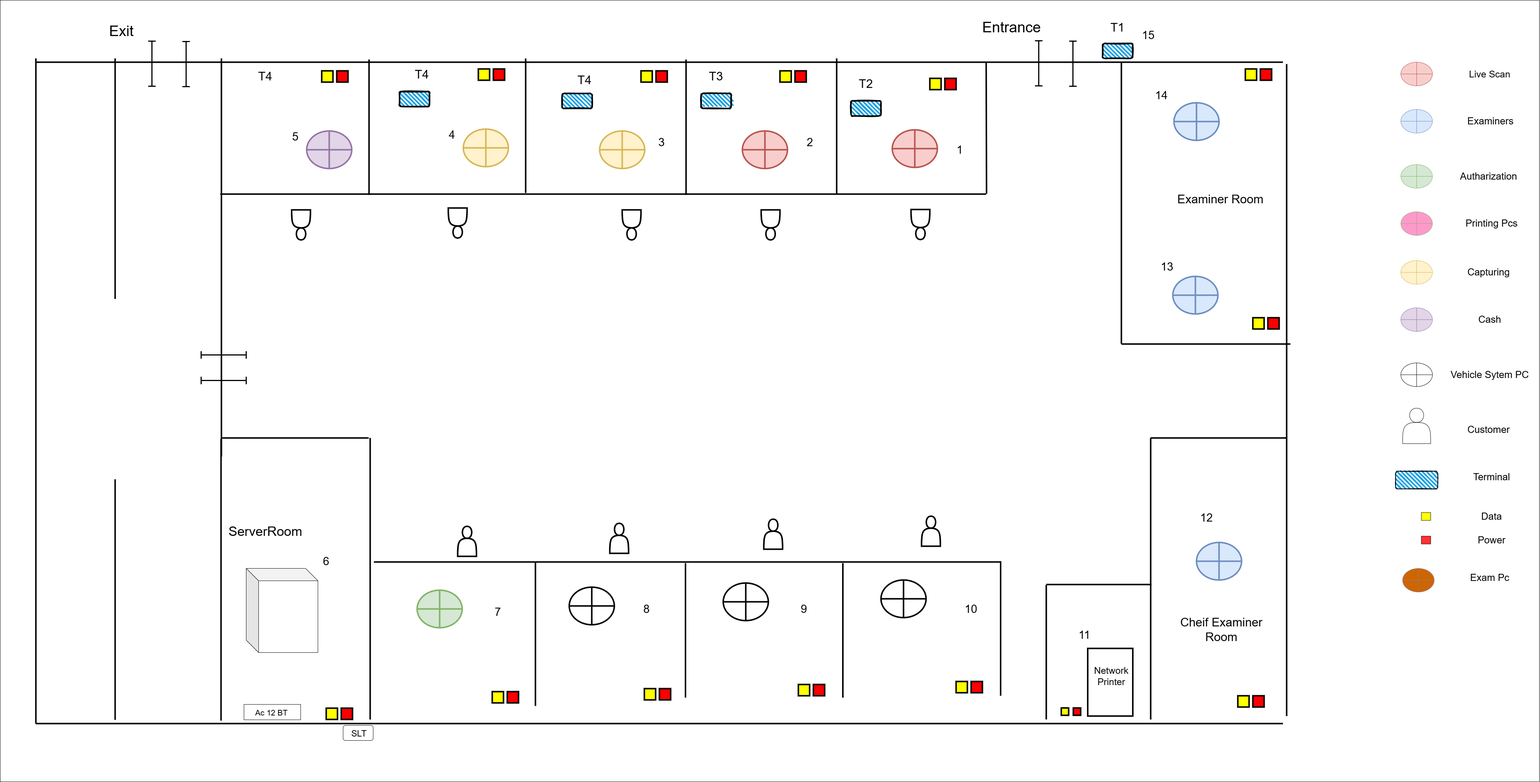
Before: badulla.png, a diagram exported from draw.io (thushan-harshajeewa/dmt-diagrams). Source tidied: cells renumbered, new cells last; positions are measured from the earlier drawing's top-left corner, leaving out a move shared by most shapes.
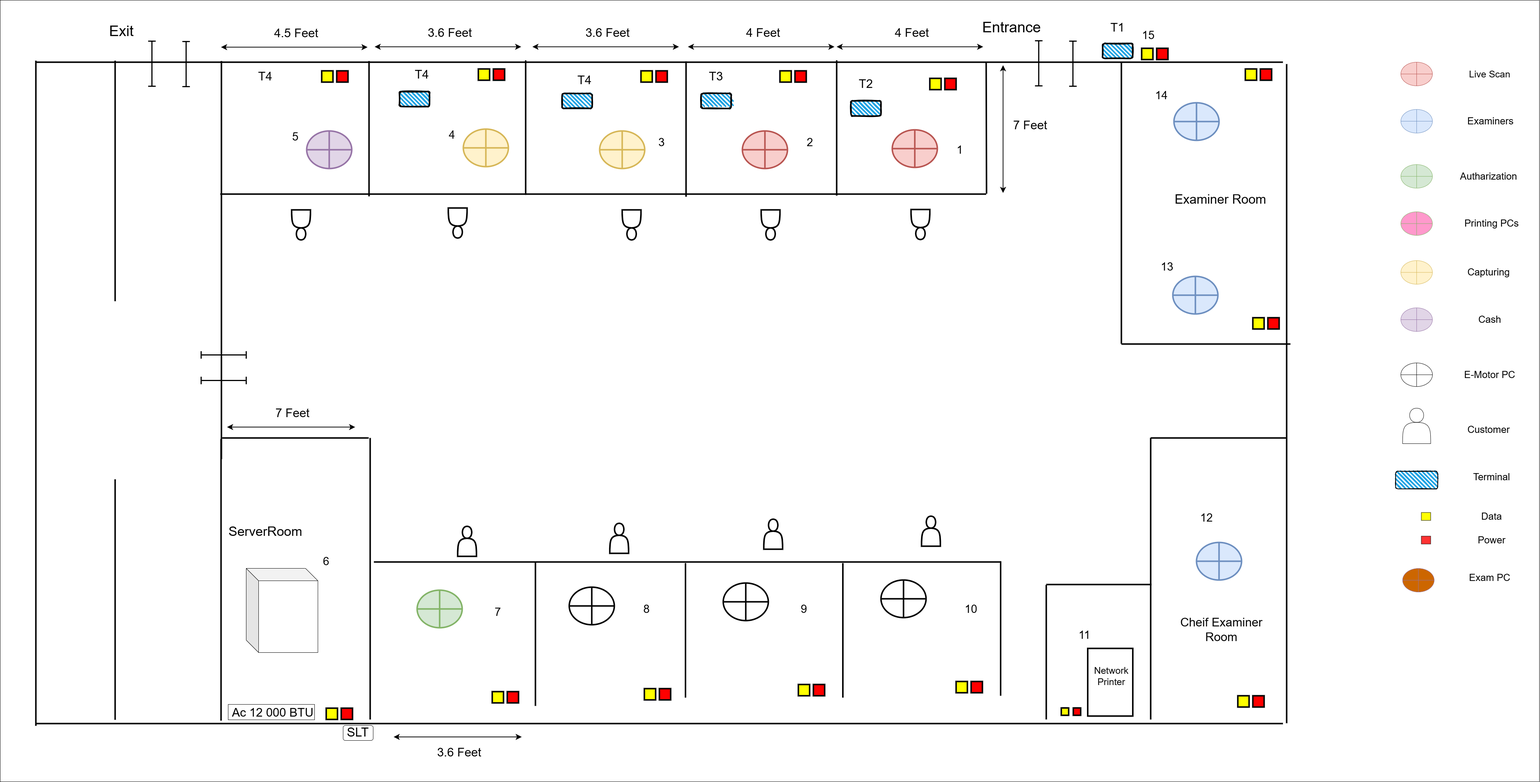
Above is the later version.

Change to the diagram source:
```diff
@@ -7,32 +7,32 @@
     </mxCell>
     <mxCell id="3" style="endArrow=none;html=1;strokeWidth=4;" parent="1" edge="1">
       <mxGeometry relative="1" as="geometry">
-        <mxPoint x="306" y="155" as="sourcePoint" />
-        <mxPoint x="306" y="795" as="targetPoint" />
+        <mxPoint x="306" y="161" as="sourcePoint" />
+        <mxPoint x="306" y="801" as="targetPoint" />
       </mxGeometry>
     </mxCell>
     <mxCell id="4" style="endArrow=none;html=1;strokeWidth=4;" parent="1" edge="1">
       <mxGeometry relative="1" as="geometry">
-        <mxPoint x="589" y="1214" as="sourcePoint" />
-        <mxPoint x="589" y="155" as="targetPoint" />
+        <mxPoint x="589" y="1221" as="sourcePoint" />
+        <mxPoint x="589" y="162" as="targetPoint" />
       </mxGeometry>
     </mxCell>
     <mxCell id="5" style="endArrow=none;html=1;strokeWidth=4;" parent="1" edge="1">
       <mxGeometry relative="1" as="geometry">
-        <mxPoint x="982" y="518" as="sourcePoint" />
-        <mxPoint x="982" y="158" as="targetPoint" />
+        <mxPoint x="982" y="522" as="sourcePoint" />
+        <mxPoint x="982" y="162" as="targetPoint" />
       </mxGeometry>
     </mxCell>
     <mxCell id="6" style="endArrow=none;html=1;strokeWidth=4;" parent="1" edge="1">
       <mxGeometry relative="1" as="geometry">
-        <mxPoint x="1826" y="518" as="sourcePoint" />
-        <mxPoint x="1826" y="158" as="targetPoint" />
+        <mxPoint x="1826" y="523" as="sourcePoint" />
+        <mxPoint x="1826" y="163" as="targetPoint" />
       </mxGeometry>
     </mxCell>
     <mxCell id="7" style="endArrow=none;html=1;strokeWidth=4;" parent="1" edge="1">
       <mxGeometry relative="1" as="geometry">
-        <mxPoint x="2227" y="515" as="sourcePoint" />
-        <mxPoint x="2227" y="155" as="targetPoint" />
+        <mxPoint x="2227" y="520" as="sourcePoint" />
+        <mxPoint x="2227" y="160" as="targetPoint" />
       </mxGeometry>
     </mxCell>
     <mxCell id="8" style="endArrow=none;html=1;strokeWidth=4;" parent="1" edge="1">
@@ -103,8 +103,8 @@
     </mxCell>
     <mxCell id="29" style="endArrow=none;html=1;strokeWidth=4;" parent="1" edge="1">
       <mxGeometry relative="1" as="geometry">
-        <mxPoint x="1399" y="513" as="sourcePoint" />
-        <mxPoint x="1399" y="155" as="targetPoint" />
+        <mxPoint x="1399" y="518" as="sourcePoint" />
+        <mxPoint x="1399" y="160" as="targetPoint" />
       </mxGeometry>
     </mxCell>
     <mxCell id="30" style="shape=actor;whiteSpace=wrap;html=1;direction=west;strokeWidth=4;" parent="1" vertex="1">
@@ -175,14 +175,14 @@
     </mxCell>
     <mxCell id="48" style="endArrow=none;html=1;strokeWidth=4;" parent="1" edge="1">
       <mxGeometry relative="1" as="geometry">
-        <mxPoint x="3425" y="1905" as="sourcePoint" />
+        <mxPoint x="3425" y="1924" as="sourcePoint" />
         <mxPoint x="3425" y="170" as="targetPoint" />
       </mxGeometry>
     </mxCell>
     <mxCell id="49" style="endArrow=none;html=1;strokeWidth=4;" parent="1" edge="1">
       <mxGeometry relative="1" as="geometry">
-        <mxPoint x="95" y="1925" as="sourcePoint" />
-        <mxPoint x="95" y="155" as="targetPoint" />
+        <mxPoint x="95" y="1931" as="sourcePoint" />
+        <mxPoint x="95" y="161" as="targetPoint" />
       </mxGeometry>
     </mxCell>
     <mxCell id="50" style="endArrow=none;html=1;strokeWidth=4;" parent="1" edge="1">
@@ -315,13 +315,13 @@
       <mxGeometry x="913" y="1930" width="80" height="40" as="geometry" />
     </mxCell>
     <mxCell id="81" style="rounded=0;whiteSpace=wrap;html=1;direction=south;" parent="1" vertex="1">
-      <mxGeometry x="649" y="1874" width="151" height="41" as="geometry" />
+      <mxGeometry x="607" y="1874" width="230" height="41" as="geometry" />
     </mxCell>
-    <mxCell id="82" value="&lt;font style=&quot;font-size: 21px;&quot;&gt;Ac 12 BT&lt;/font&gt;" style="text;html=1;align=center;verticalAlign=middle;whiteSpace=wrap;rounded=0;rotation=0;strokeWidth=2;" parent="1" vertex="1">
-      <mxGeometry x="670.8" y="1890" width="103.2" height="12" as="geometry" />
+    <mxCell id="82" value="&lt;font style=&quot;font-size: 32px;&quot;&gt;Ac 12 000 BTU&lt;/font&gt;" style="text;html=1;align=center;verticalAlign=middle;whiteSpace=wrap;rounded=0;rotation=0;strokeWidth=2;" parent="1" vertex="1">
+      <mxGeometry x="607.8" y="1890" width="236.2" height="12" as="geometry" />
     </mxCell>
-    <mxCell id="83" value="&lt;font style=&quot;font-size: 23px;&quot;&gt;SLT&lt;/font&gt;" style="text;html=1;align=center;verticalAlign=middle;whiteSpace=wrap;rounded=0;rotation=0;" parent="1" vertex="1">
-      <mxGeometry x="923.5" y="1946" width="63" height="12" as="geometry" />
+    <mxCell id="83" value="&lt;font style=&quot;font-size: 33px;&quot;&gt;SLT&lt;/font&gt;" style="text;html=1;align=center;verticalAlign=middle;whiteSpace=wrap;rounded=0;rotation=0;" parent="1" vertex="1">
+      <mxGeometry x="921.5" y="1942" width="63" height="12" as="geometry" />
     </mxCell>
     <mxCell id="84" style="rounded=0;whiteSpace=wrap;html=1;fillColor=#FFFF00;strokeWidth=4;" parent="1" vertex="1">
       <mxGeometry x="868" y="1884" width="30" height="30" as="geometry" />
@@ -356,7 +356,7 @@
     <mxCell id="94" style="rounded=0;whiteSpace=wrap;html=1;fillColor=#FF0000;strokeWidth=4;" parent="1" vertex="1">
       <mxGeometry x="3355" y="183" width="30" height="30" as="geometry" />
     </mxCell>
-    <mxCell id="95" value="&lt;font style=&quot;font-size: 32px;&quot;&gt;Examiner Room&lt;/font&gt;" style="text;html=1;align=center;verticalAlign=middle;whiteSpace=wrap;rounded=0;strokeWidth=4;" parent="1" vertex="1">
+    <mxCell id="95" value="&lt;font style=&quot;font-size: 34px;&quot;&gt;Examiner Room&lt;/font&gt;" style="text;html=1;align=center;verticalAlign=middle;whiteSpace=wrap;rounded=0;strokeWidth=4;" parent="1" vertex="1">
       <mxGeometry x="3114" y="515" width="270" height="30" as="geometry" />
     </mxCell>
     <mxCell id="96" value="&lt;font style=&quot;font-size: 32px;&quot;&gt;Cheif Examiner Room&lt;/font&gt;" style="text;html=1;align=center;verticalAlign=middle;whiteSpace=wrap;rounded=0;strokeWidth=4;" parent="1" vertex="1">
@@ -443,7 +443,7 @@
     <mxCell id="121" style="shape=orEllipse;perimeter=ellipsePerimeter;whiteSpace=wrap;html=1;backgroundOutline=1;" parent="110" vertex="1">
       <mxGeometry x="14" y="800.3" width="84.1" height="62.9" as="geometry" />
     </mxCell>
-    <mxCell id="122" value="&lt;font style=&quot;font-size: 26px;&quot;&gt;Vehicle Sytem PC&lt;/font&gt;" style="text;html=1;align=center;verticalAlign=middle;whiteSpace=wrap;rounded=0;" parent="110" vertex="1">
+    <mxCell id="122" value="&lt;font style=&quot;font-size: 26px;&quot;&gt;E-Motor PC&lt;/font&gt;" style="text;html=1;align=center;verticalAlign=middle;whiteSpace=wrap;rounded=0;" parent="110" vertex="1">
       <mxGeometry x="138.7" y="800.3" width="224.4" height="62.9" as="geometry" />
     </mxCell>
     <mxCell id="123" style="shape=actor;whiteSpace=wrap;html=1;" parent="110" vertex="1">
@@ -473,10 +473,10 @@
     <mxCell id="131" style="shape=orEllipse;perimeter=ellipsePerimeter;whiteSpace=wrap;html=1;backgroundOutline=1;fillColor=#CC6600;strokeColor=#9673a6;" parent="110" vertex="1">
       <mxGeometry x="18.7" y="1347.1" width="84.1" height="62.9" as="geometry" />
     </mxCell>
-    <mxCell id="132" value="&lt;font style=&quot;font-size: 26px;&quot;&gt;Exam Pc&lt;/font&gt;&lt;div&gt;&lt;br&gt;&lt;/div&gt;" style="text;html=1;align=center;verticalAlign=middle;whiteSpace=wrap;rounded=0;" parent="110" vertex="1">
+    <mxCell id="132" value="&lt;font style=&quot;font-size: 26px;&quot;&gt;Exam PC&lt;/font&gt;&lt;div&gt;&lt;br&gt;&lt;/div&gt;" style="text;html=1;align=center;verticalAlign=middle;whiteSpace=wrap;rounded=0;" parent="110" vertex="1">
       <mxGeometry x="138.7" y="1347.1" width="224.4" height="62.9" as="geometry" />
     </mxCell>
-    <mxCell id="133" value="&lt;font style=&quot;font-size: 26px;&quot;&gt;Printing Pcs&lt;/font&gt;" style="text;html=1;align=center;verticalAlign=middle;whiteSpace=wrap;rounded=0;" parent="110" vertex="1">
+    <mxCell id="133" value="&lt;font style=&quot;font-size: 26px;&quot;&gt;Printing PCs&lt;/font&gt;" style="text;html=1;align=center;verticalAlign=middle;whiteSpace=wrap;rounded=0;" parent="110" vertex="1">
       <mxGeometry x="143.6" y="398.1" width="224.4" height="62.9" as="geometry" />
     </mxCell>
     <mxCell id="134" style="shape=orEllipse;perimeter=ellipsePerimeter;whiteSpace=wrap;html=1;backgroundOutline=1;fillColor=#FF99CC;strokeColor=#82b366;" parent="110" vertex="1">
@@ -521,5 +521,83 @@
     <mxCell id="147" style="shape=crossbar;whiteSpace=wrap;html=1;rounded=1;strokeWidth=3;" parent="1" vertex="1">
       <mxGeometry x="535" y="934" width="120" height="20" as="geometry" />
     </mxCell>
+    <mxCell id="148" style="endArrow=classic;startArrow=classic;html=1;endSize=10;startSize=10;strokeWidth=2;" parent="1" edge="1">
+      <mxGeometry relative="1" as="geometry">
+        <mxPoint x="1831" y="124" as="sourcePoint" />
+        <mxPoint x="2221" y="124" as="targetPoint" />
+      </mxGeometry>
+    </mxCell>
+    <mxCell id="149" value="&lt;font style=&quot;font-size: 32px;&quot;&gt;4 Feet&lt;/font&gt;" style="text;html=1;align=center;verticalAlign=middle;whiteSpace=wrap;rounded=0;strokeWidth=4;" parent="1" vertex="1">
+      <mxGeometry x="1966" y="72" width="131" height="30" as="geometry" />
+    </mxCell>
+    <mxCell id="150" value="&lt;font style=&quot;font-size: 32px;&quot;&gt;4 Feet&lt;/font&gt;" style="text;html=1;align=center;verticalAlign=middle;whiteSpace=wrap;rounded=0;strokeWidth=4;" parent="1" vertex="1">
+      <mxGeometry x="2362" y="72" width="131" height="30" as="geometry" />
+    </mxCell>
+    <mxCell id="151" style="endArrow=classic;startArrow=classic;html=1;endSize=10;startSize=10;strokeWidth=2;" parent="1" edge="1">
+      <mxGeometry relative="1" as="geometry">
+        <mxPoint x="2227" y="124" as="sourcePoint" />
+        <mxPoint x="2617" y="124" as="targetPoint" />
+      </mxGeometry>
+    </mxCell>
+    <mxCell id="152" value="&lt;font style=&quot;font-size: 32px;&quot;&gt;3.6 Feet&lt;/font&gt;" style="text;html=1;align=center;verticalAlign=middle;whiteSpace=wrap;rounded=0;strokeWidth=4;" parent="1" vertex="1">
+      <mxGeometry x="1552" y="72" width="131" height="30" as="geometry" />
+    </mxCell>
+    <mxCell id="153" style="endArrow=classic;startArrow=classic;html=1;endSize=10;startSize=10;strokeWidth=2;" parent="1" edge="1">
+      <mxGeometry relative="1" as="geometry">
+        <mxPoint x="1417" y="124" as="sourcePoint" />
+        <mxPoint x="1807" y="124" as="targetPoint" />
+      </mxGeometry>
+    </mxCell>
+    <mxCell id="154" value="&lt;font style=&quot;font-size: 32px;&quot;&gt;3.6 Feet&lt;/font&gt;" style="text;html=1;align=center;verticalAlign=middle;whiteSpace=wrap;rounded=0;strokeWidth=4;" parent="1" vertex="1">
+      <mxGeometry x="1132" y="72" width="131" height="30" as="geometry" />
+    </mxCell>
+    <mxCell id="155" style="endArrow=classic;startArrow=classic;html=1;endSize=10;startSize=10;strokeWidth=2;" parent="1" edge="1">
+      <mxGeometry relative="1" as="geometry">
+        <mxPoint x="997" y="124" as="sourcePoint" />
+        <mxPoint x="1387" y="124" as="targetPoint" />
+      </mxGeometry>
+    </mxCell>
+    <mxCell id="156" value="&lt;font style=&quot;font-size: 32px;&quot;&gt;4.5 Feet&lt;/font&gt;" style="text;html=1;align=center;verticalAlign=middle;whiteSpace=wrap;rounded=0;strokeWidth=4;" parent="1" vertex="1">
+      <mxGeometry x="723" y="73" width="131" height="30" as="geometry" />
+    </mxCell>
+    <mxCell id="157" style="endArrow=classic;startArrow=classic;html=1;endSize=10;startSize=10;strokeWidth=2;" parent="1" edge="1">
+      <mxGeometry relative="1" as="geometry">
+        <mxPoint x="588" y="125" as="sourcePoint" />
+        <mxPoint x="978" y="125" as="targetPoint" />
+      </mxGeometry>
+    </mxCell>
+    <mxCell id="158" style="endArrow=classic;startArrow=classic;html=1;endSize=10;startSize=10;strokeWidth=2;" parent="1" edge="1">
+      <mxGeometry relative="1" as="geometry">
+        <mxPoint x="2670" y="173" as="sourcePoint" />
+        <mxPoint x="2670" y="513" as="targetPoint" />
+      </mxGeometry>
+    </mxCell>
+    <mxCell id="159" value="&lt;font style=&quot;font-size: 32px;&quot;&gt;7 Feet&lt;/font&gt;" style="text;html=1;align=center;verticalAlign=middle;whiteSpace=wrap;rounded=0;strokeWidth=4;" parent="1" vertex="1">
+      <mxGeometry x="2677" y="318" width="131" height="30" as="geometry" />
+    </mxCell>
+    <mxCell id="160" value="&lt;font style=&quot;font-size: 32px;&quot;&gt;7 Feet&lt;/font&gt;" style="text;html=1;align=center;verticalAlign=middle;whiteSpace=wrap;rounded=0;strokeWidth=4;" parent="1" vertex="1">
+      <mxGeometry x="713" y="1084" width="131" height="30" as="geometry" />
+    </mxCell>
+    <mxCell id="161" style="endArrow=classic;startArrow=classic;html=1;endSize=10;startSize=10;strokeWidth=2;" parent="1" edge="1">
+      <mxGeometry relative="1" as="geometry">
+        <mxPoint x="604" y="1136" as="sourcePoint" />
+        <mxPoint x="945" y="1136" as="targetPoint" />
+      </mxGeometry>
+    </mxCell>
+    <mxCell id="162" value="&lt;font style=&quot;font-size: 32px;&quot;&gt;3.6 Feet&lt;/font&gt;" style="text;html=1;align=center;verticalAlign=middle;whiteSpace=wrap;rounded=0;strokeWidth=4;" parent="1" vertex="1">
+      <mxGeometry x="1156.5" y="1986.6" width="131" height="30" as="geometry" />
+    </mxCell>
+    <mxCell id="163" style="endArrow=classic;startArrow=classic;html=1;endSize=10;startSize=10;strokeWidth=2;" parent="1" edge="1">
+      <mxGeometry relative="1" as="geometry">
+        <mxPoint x="1047.5" y="1960.6" as="sourcePoint" />
+        <mxPoint x="1388.5" y="1960.6" as="targetPoint" />
+      </mxGeometry>
+    </mxCell>
+    <mxCell id="164" style="rounded=0;whiteSpace=wrap;html=1;fillColor=#FFFF00;strokeWidth=4;" parent="1" vertex="1">
+      <mxGeometry x="3039" y="128" width="30" height="30" as="geometry" />
+    </mxCell>
+    <mxCell id="165" style="rounded=0;whiteSpace=wrap;html=1;fillColor=#FF0000;strokeWidth=4;" parent="1" vertex="1">
+      <mxGeometry x="3079" y="128" width="30" height="30" as="geometry" />
+    </mxCell>
   </root>
 </mxGraphModel>
```
